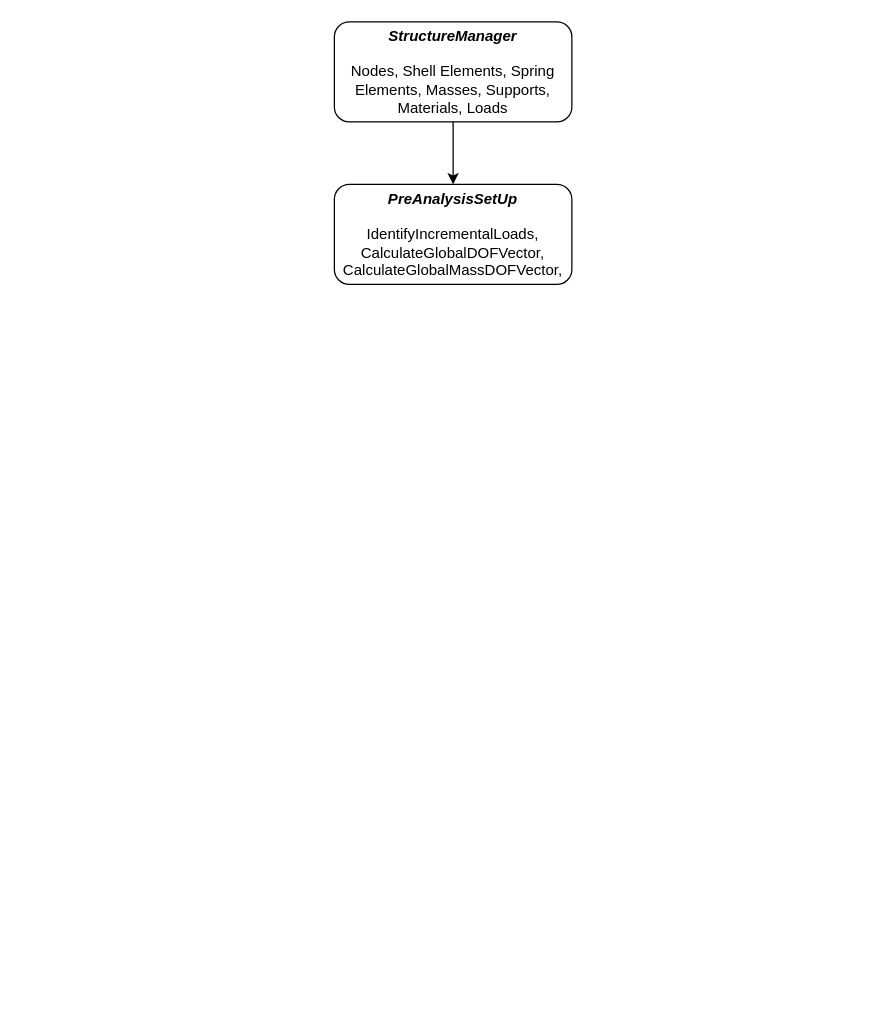
rsalgad/ConsoleFEM keeps this draw.io diagram as CLTConsole_Flowchart.drawio. Above is the earlier version. Source tidied: cells renumbered, new cells numbered last; positions are measured from the earlier drawing's top-left corner, leaving out a move shared by most shapes. Both pictures are drawn from the tidied source at 125%, with x=0, y=0 at pixel (334, 21).
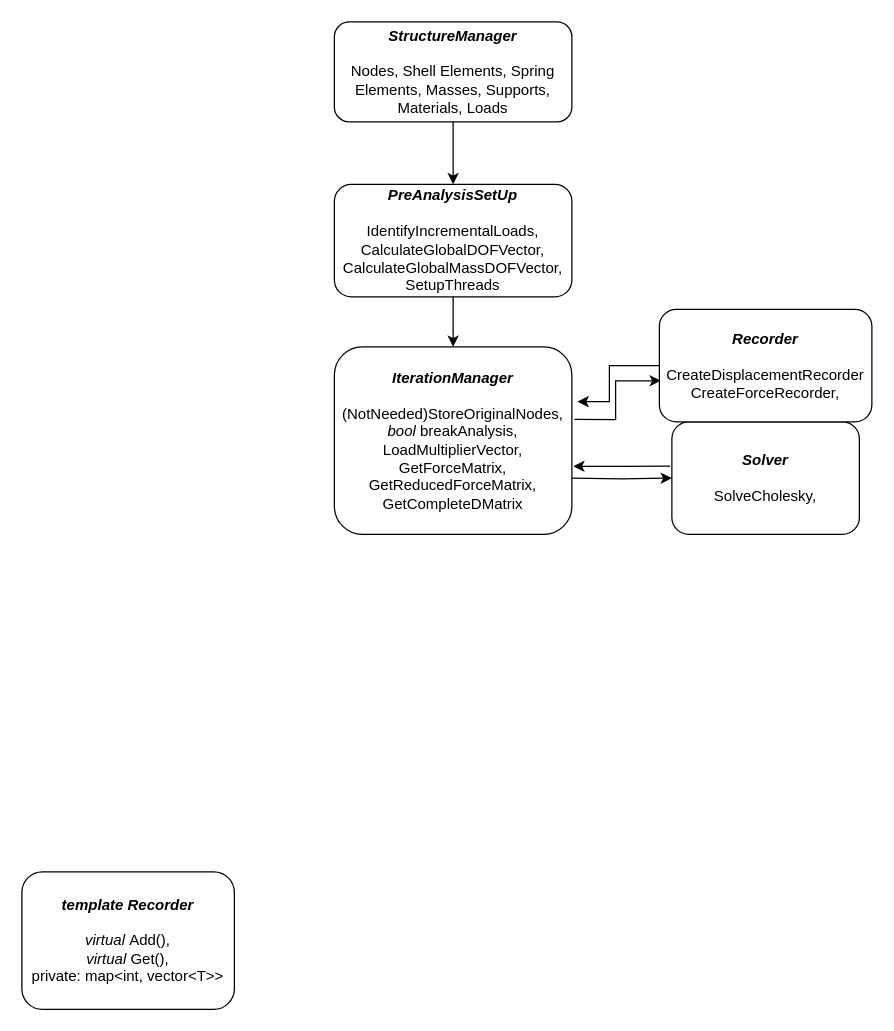
Above is the later version.

Diff of the diagram source:
```diff
@@
 <mxGraphModel>
   <root>
     <mxCell id="0" />
     <mxCell id="1" parent="0" />
     <mxCell id="2" style="edgeStyle=orthogonalEdgeStyle;rounded=0;jettySize=auto;html=1;" parent="1" edge="1" source="3">
       <mxGeometry relative="1" as="geometry">
         <mxPoint x="95" y="130" as="targetPoint" />
       </mxGeometry>
     </mxCell>
     <mxCell id="3" value="&lt;i&gt;&lt;b&gt;StructureManager&lt;/b&gt;&lt;br&gt;&lt;/i&gt;&lt;br&gt;Nodes, Shell Elements, Spring Elements, Masses, Supports, Materials, Loads" style="rounded=1;whiteSpace=wrap;html=1;" parent="1" vertex="1">
       <mxGeometry width="190" height="80" as="geometry" />
     </mxCell>
+    <mxCell id="5" style="edgeStyle=orthogonalEdgeStyle;rounded=0;jettySize=auto;html=1;" parent="1" edge="1" source="4" target="8">
+      <mxGeometry relative="1" as="geometry" />
+    </mxCell>
-    <mxCell id="4" value="&lt;i style=&quot;font-weight: bold&quot;&gt;PreAnalysisSetUp&lt;/i&gt;&lt;br&gt;&lt;br&gt;IdentifyIncrementalLoads, CalculateGlobalDOFVector, CalculateGlobalMassDOFVector," style="rounded=1;whiteSpace=wrap;html=1;" parent="1" vertex="1">
-      <mxGeometry y="130" width="190" height="80" as="geometry" />
+    <mxCell id="4" value="&lt;i style=&quot;font-weight: bold&quot;&gt;PreAnalysisSetUp&lt;/i&gt;&lt;br&gt;&lt;br&gt;IdentifyIncrementalLoads, CalculateGlobalDOFVector, CalculateGlobalMassDOFVector,&lt;br&gt;SetupThreads" style="rounded=1;whiteSpace=wrap;html=1;" parent="1" vertex="1">
+      <mxGeometry y="130" width="190" height="90" as="geometry" />
     </mxCell>
+    <mxCell id="6" style="edgeStyle=orthogonalEdgeStyle;rounded=0;jettySize=auto;html=1;" parent="1" edge="1" target="10">
+      <mxGeometry relative="1" as="geometry">
+        <mxPoint x="190" y="365" as="sourcePoint" />
+      </mxGeometry>
+    </mxCell>
+    <mxCell id="7" style="edgeStyle=orthogonalEdgeStyle;rounded=0;jettySize=auto;html=1;entryX=0.007;entryY=0.635;entryDx=0;entryDy=0;exitX=1.011;exitY=0.387;exitDx=0;exitDy=0;exitPerimeter=0;entryPerimeter=0;" parent="1" edge="1" source="8" target="12">
+      <mxGeometry relative="1" as="geometry" />
+    </mxCell>
+    <mxCell id="8" value="&lt;i style=&quot;font-weight: bold&quot;&gt;IterationManager&lt;/i&gt;&lt;br&gt;&lt;br&gt;(NotNeeded)StoreOriginalNodes,&lt;br&gt;&lt;i&gt;bool&lt;/i&gt;&amp;nbsp;breakAnalysis,&lt;br&gt;LoadMultiplierVector,&lt;br&gt;GetForceMatrix,&lt;br&gt;GetReducedForceMatrix,&lt;br&gt;GetCompleteDMatrix" style="rounded=1;whiteSpace=wrap;html=1;" parent="1" vertex="1">
+      <mxGeometry y="260" width="190" height="150" as="geometry" />
+    </mxCell>
+    <mxCell id="9" style="edgeStyle=orthogonalEdgeStyle;rounded=0;jettySize=auto;html=1;entryX=1.006;entryY=0.637;entryDx=0;entryDy=0;entryPerimeter=0;exitX=-0.009;exitY=0.394;exitDx=0;exitDy=0;exitPerimeter=0;" parent="1" edge="1" source="10" target="8">
+      <mxGeometry relative="1" as="geometry" />
+    </mxCell>
+    <mxCell id="10" value="&lt;i style=&quot;font-weight: bold&quot;&gt;Solver&lt;/i&gt;&lt;br&gt;&lt;br&gt;SolveCholesky," style="rounded=1;whiteSpace=wrap;html=1;" parent="1" vertex="1">
+      <mxGeometry x="270" y="320" width="150" height="90" as="geometry" />
+    </mxCell>
+    <mxCell id="11" style="edgeStyle=orthogonalEdgeStyle;rounded=0;jettySize=auto;html=1;entryX=1.024;entryY=0.292;entryDx=0;entryDy=0;entryPerimeter=0;" parent="1" edge="1" source="12" target="8">
+      <mxGeometry relative="1" as="geometry">
+        <Array as="points">
+          <mxPoint x="220" y="275" />
+          <mxPoint x="220" y="304" />
+        </Array>
+      </mxGeometry>
+    </mxCell>
+    <mxCell id="12" value="&lt;i style=&quot;font-weight: bold&quot;&gt;Recorder&lt;/i&gt;&lt;br&gt;&lt;br&gt;CreateDisplacementRecorder&lt;br&gt;CreateForceRecorder," style="rounded=1;whiteSpace=wrap;html=1;" parent="1" vertex="1">
+      <mxGeometry x="260" y="230" width="170" height="90" as="geometry" />
+    </mxCell>
+    <mxCell id="13" value="&lt;i style=&quot;font-weight: bold&quot;&gt;template Recorder&lt;/i&gt;&lt;br&gt;&lt;br&gt;&lt;i&gt;virtual&lt;/i&gt;&amp;nbsp;Add(),&lt;br&gt;&lt;i&gt;virtual&lt;/i&gt; Get(),&lt;br&gt;private: map&amp;lt;int, vector&amp;lt;T&amp;gt;&amp;gt;" style="rounded=1;whiteSpace=wrap;html=1;" parent="1" vertex="1">
+      <mxGeometry x="-250" y="680" width="170" height="110" as="geometry" />
+    </mxCell>
   </root>
 </mxGraphModel>
```
